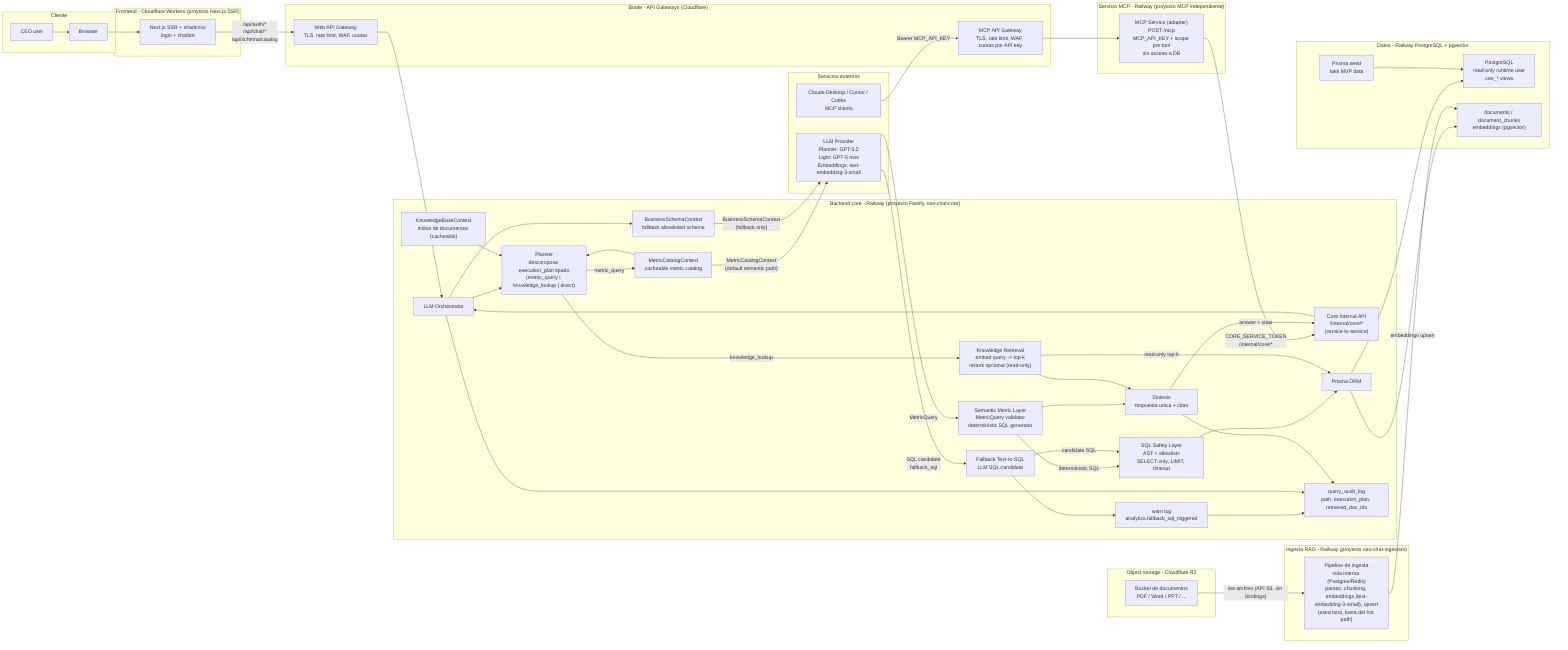
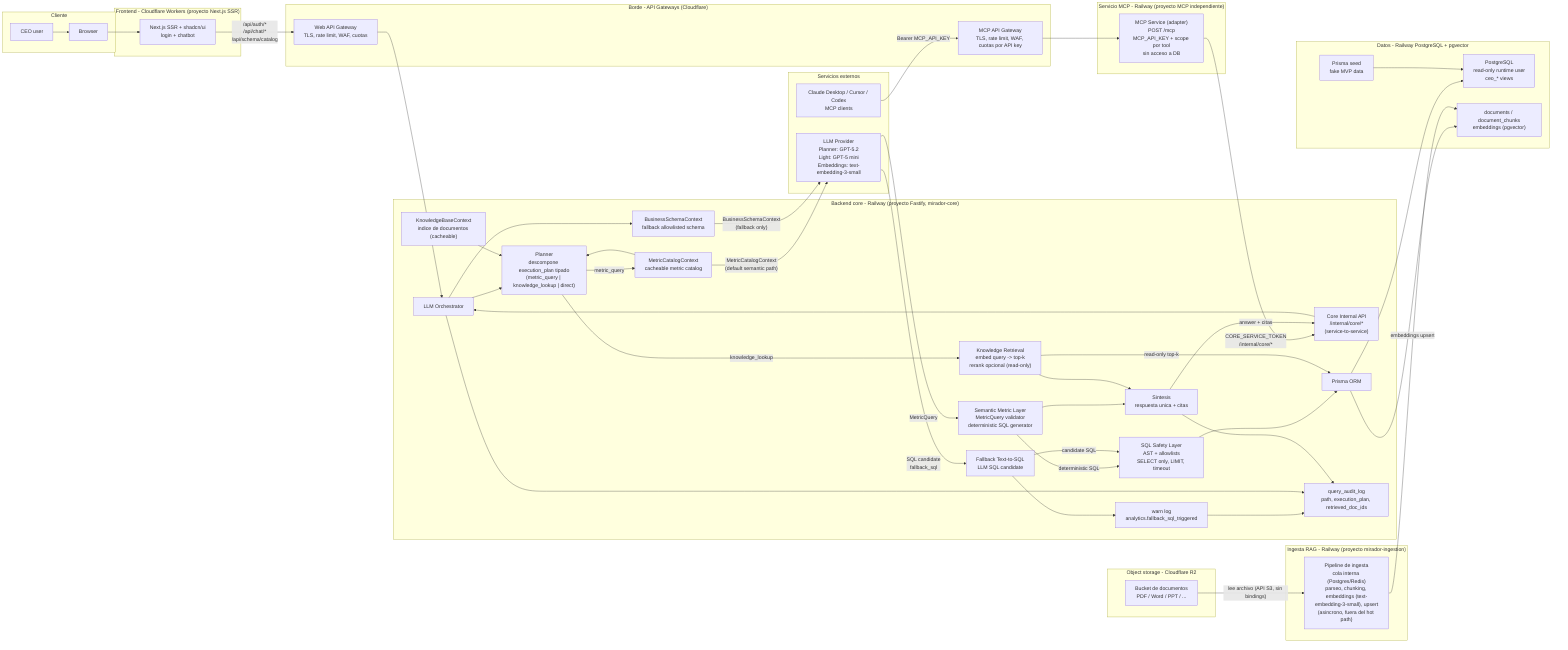
flowchart LR
  subgraph client["Cliente"]
    CEO["CEO user"]
    Browser["Browser"]
  end

  subgraph cf["Frontend - Cloudflare Workers (proyecto Next.js SSR)"]
    Next["Next.js SSR + shadcn/ui\nlogin + chatbot"]
  end

  subgraph edge["Borde - API Gateways (Cloudflare)"]
    WebGW["Web API Gateway\nTLS, rate limit, WAF, cuotas"]
    McpGW["MCP API Gateway\nTLS, rate limit, WAF, cuotas por API key"]
  end

-   subgraph railwayApi["Backend core - Railway (proyecto Fastify, ceo-chat-core)"]
+   subgraph railwayApi["Backend core - Railway (proyecto Fastify, mirador-core)"]
    CoreAPI["Core Internal API\n/internal/core/*\n(service-to-service)"]
    Orchestrator["LLM Orchestrator"]
    Planner["Planner\ndescompone execution_plan tipado\n(metric_query | knowledge_lookup | direct)"]
    MetricContext["MetricCatalogContext\ncacheable metric catalog"]
    KnowledgeContext["KnowledgeBaseContext\nindice de documentos (cacheable)"]
    BusinessContext["BusinessSchemaContext\nfallback allowlisted schema"]
    Semantic["Semantic Metric Layer\nMetricQuery validator\ndeterministic SQL generator"]
    KnowledgeRetrieval["Knowledge Retrieval\nembed query -> top-k\nrerank opcional (read-only)"]
    FallbackSQL["Fallback Text-to-SQL\nLLM SQL candidate"]
    Safety["SQL Safety Layer\nAST + allowlists\nSELECT only, LIMIT, timeout"]
    Synth["Sintesis\nrespuesta unica + citas"]
    Prisma["Prisma ORM"]
    FallbackLog["warn log\nanalytics.fallback_sql_triggered"]
    Audit["query_audit_log\npath, execution_plan, retrieved_doc_ids"]
  end

-   subgraph ingestion["Ingesta RAG - Railway (proyecto ceo-chat-ingestion)"]
+   subgraph ingestion["Ingesta RAG - Railway (proyecto mirador-ingestion)"]
    Ingest["Pipeline de ingesta\ncola interna (Postgres/Redis)\nparseo, chunking, embeddings (text-embedding-3-small), upsert\n(asincrono, fuera del hot path)"]
  end

  subgraph storage["Object storage - Cloudflare R2"]
    R2["Bucket de documentos\nPDF / Word / PPT / ..."]
  end

  subgraph mcpsvc["Servicio MCP - Railway (proyecto MCP independiente)"]
    MCPsvc["MCP Service (adapter)\nPOST /mcp\nMCP_API_KEY + scope por tool\nsin acceso a DB"]
  end

  subgraph railwayDb["Datos - Railway PostgreSQL + pgvector"]
    Postgres["PostgreSQL\nread-only runtime user\nceo_* views"]
    Vectors["documents / document_chunks\nembeddings (pgvector)"]
    Seed["Prisma seed\nfake MVP data"]
  end

  subgraph external["Servicios externos"]
    LLM["LLM Provider\nPlanner: GPT-5.2\nLight: GPT-5 mini\nEmbeddings: text-embedding-3-small"]
    ExternalClients["Claude Desktop / Cursor / Codex\nMCP clients"]
  end

  CEO --> Browser
  Browser --> Next
  Next -->|"/api/auth/*\n/api/chat/*\n/api/schema/catalog"| WebGW
  WebGW --> Orchestrator
  ExternalClients -->|"Bearer MCP_API_KEY"| McpGW
  McpGW --> MCPsvc
  MCPsvc -->|"CORE_SERVICE_TOKEN\n/internal/core/*"| CoreAPI
  CoreAPI --> Orchestrator
  Orchestrator --> Planner
  MetricContext --> Planner
  KnowledgeContext --> Planner
  Planner -->|"metric_query"| MetricContext
  Planner -->|"knowledge_lookup"| KnowledgeRetrieval
  MetricContext -->|"MetricCatalogContext\n(default semantic path)"| LLM
  LLM -->|"MetricQuery"| Semantic
  Orchestrator --> BusinessContext
  BusinessContext -->|"BusinessSchemaContext\n(fallback only)"| LLM
  LLM -->|"SQL candidate\nfallback_sql"| FallbackSQL
  Semantic -->|"deterministic SQL"| Safety
  FallbackSQL -->|"candidate SQL"| Safety
  FallbackSQL --> FallbackLog
  FallbackLog --> Audit
  Safety --> Prisma
  Prisma --> Postgres
  KnowledgeRetrieval -->|"read-only top-k"| Prisma
  Prisma --> Vectors
  Semantic --> Synth
  KnowledgeRetrieval --> Synth
  Synth -->|"answer + citas"| CoreAPI
  Seed --> Postgres
  R2 -->|"lee archivo (API S3, sin bindings)"| Ingest
  Ingest -->|"embeddings upsert"| Vectors
  Orchestrator --> Audit
  Synth --> Audit
